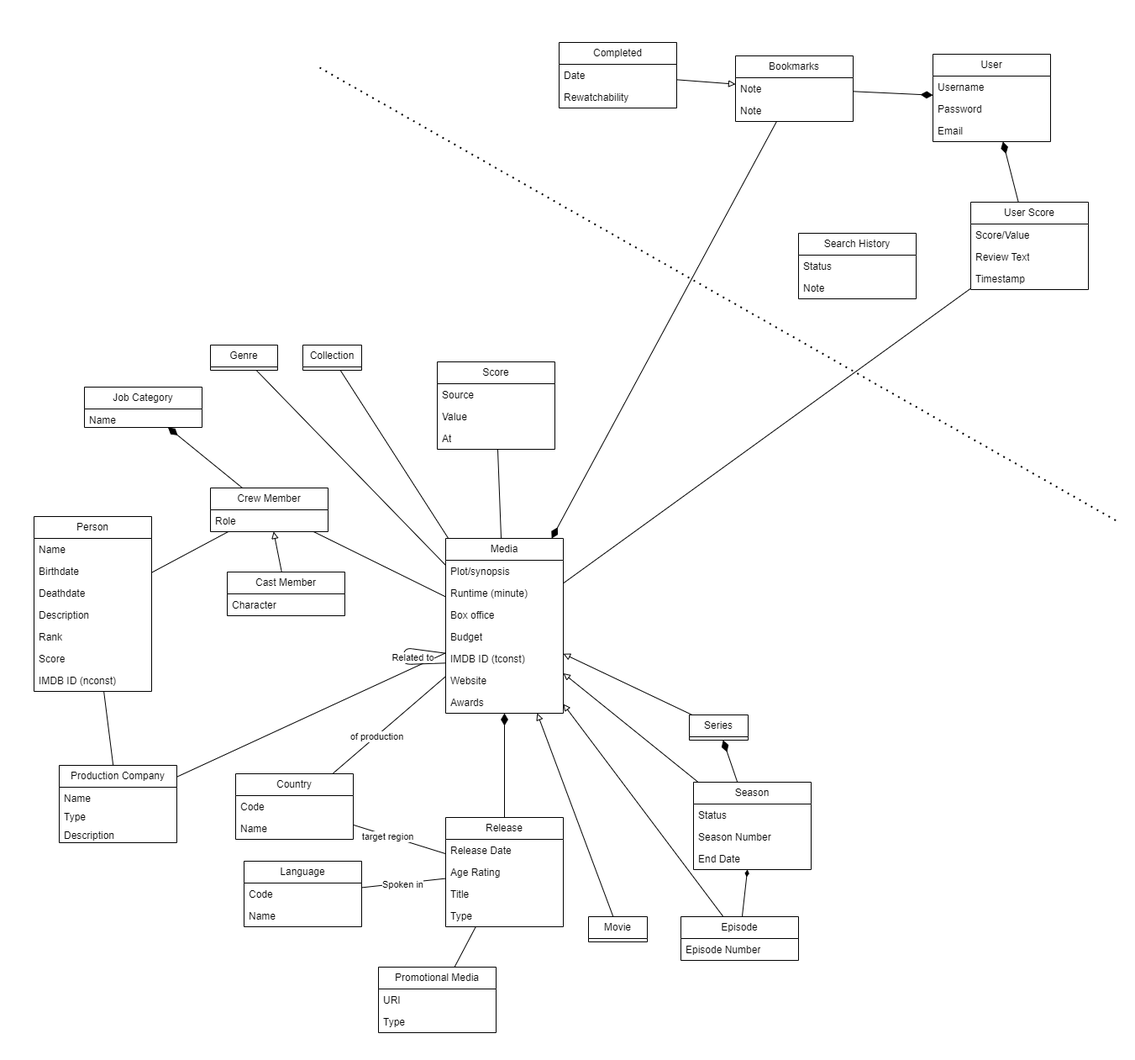
Above: domain_model.drawio.png in RUC-MSc-CS-CIT-2024/portfolio_subproject_1 (draw.io), before the change. Source tidied: cells renumbered, new cells last; positions are measured from the earlier drawing's top-left corner, leaving out a move shared by most shapes.
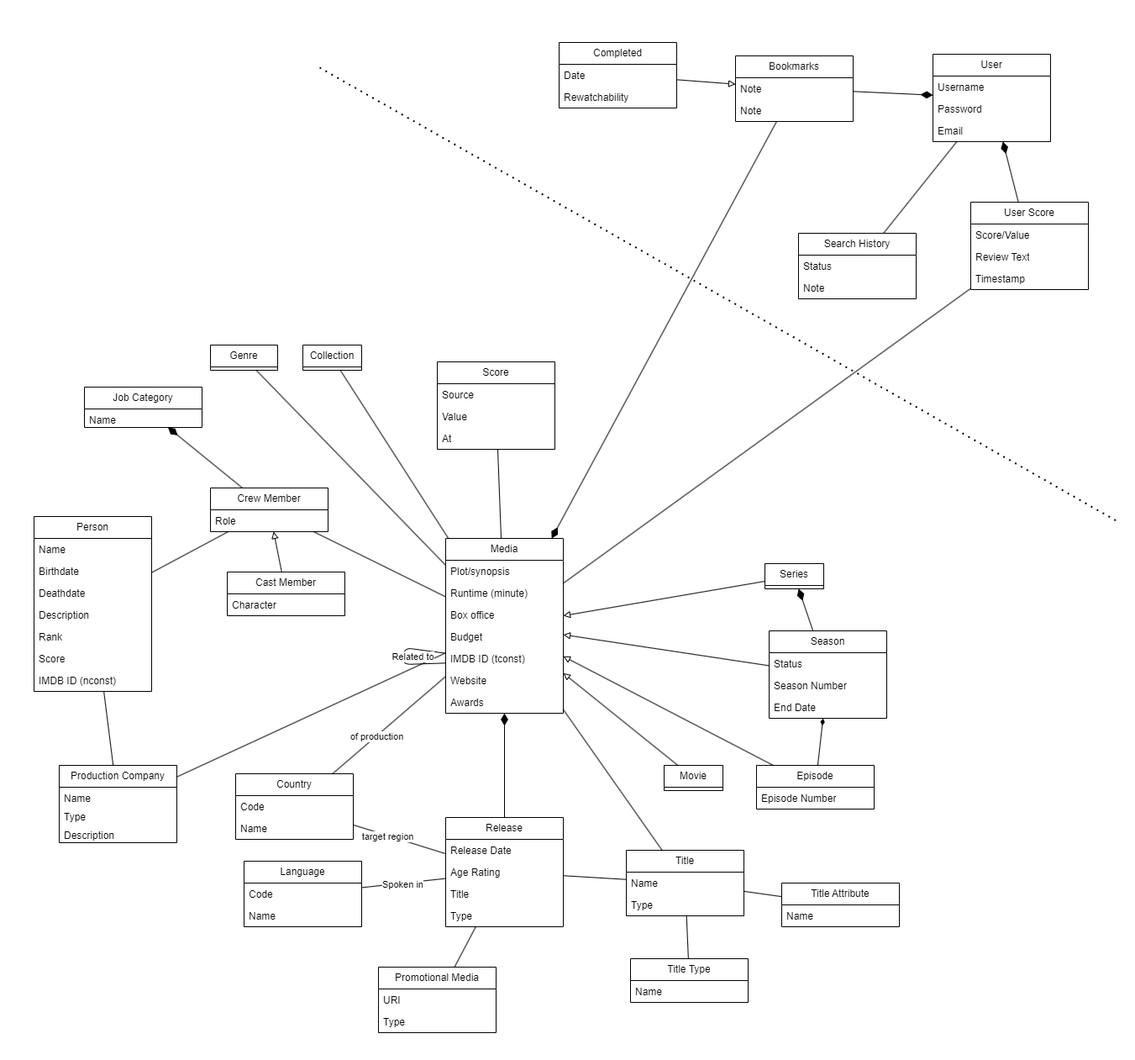
Later version of the same file.

Commit message:
feat!: move title from release to own table (#56)

* feat!: move title from release to own table

* chore: update insert script for title

* refactor: optimize inserting of titles

* fix: insert of genres not working

The edit, as a diff of the source:
```diff
@@ -20,6 +20,9 @@
     <mxCell id="7" value="of production" style="edgeLabel;html=1;align=center;verticalAlign=middle;" parent="6" vertex="1">
       <mxGeometry x="0.22" relative="1" as="geometry" />
     </mxCell>
+    <mxCell id="105" style="edgeStyle=none;html=1;endArrow=none;endFill=0;" parent="1" edge="1" source="8" target="110">
+      <mxGeometry relative="1" as="geometry" />
+    </mxCell>
     <mxCell id="8" value="Media" style="swimlane;fontStyle=0;horizontal=1;startSize=26;fillColor=none;whiteSpace=wrap;html=1;" parent="1" vertex="1">
       <mxGeometry x="530" y="640" width="140" height="208" as="geometry" />
     </mxCell>
@@ -48,13 +51,13 @@
       <mxGeometry relative="1" as="geometry" />
     </mxCell>
     <mxCell id="17" value="Movie" style="swimlane;fontStyle=0;horizontal=1;startSize=26;fillColor=none;whiteSpace=wrap;html=1;" parent="1" vertex="1" collapsed="1">
-      <mxGeometry x="700" y="1090" width="70" height="30" as="geometry" />
+      <mxGeometry x="790" y="910" width="70" height="30" as="geometry" />
     </mxCell>
     <mxCell id="18" style="rounded=0;jettySize=auto;html=1;endArrow=block;endFill=0;" parent="1" edge="1" source="19" target="8">
       <mxGeometry relative="1" as="geometry" />
     </mxCell>
     <mxCell id="19" value="Series" style="swimlane;fontStyle=0;horizontal=1;startSize=26;fillColor=none;whiteSpace=wrap;html=1;" parent="1" vertex="1" collapsed="1">
-      <mxGeometry x="820" y="850" width="70" height="30" as="geometry" />
+      <mxGeometry x="910" y="670" width="70" height="30" as="geometry" />
     </mxCell>
     <mxCell id="20" style="rounded=0;jettySize=auto;html=1;endArrow=diamondThin;endFill=1;endSize=12;" parent="1" edge="1" source="22" target="19">
       <mxGeometry relative="1" as="geometry" />
@@ -63,7 +66,7 @@
       <mxGeometry relative="1" as="geometry" />
     </mxCell>
     <mxCell id="22" value="Season" style="swimlane;fontStyle=0;horizontal=1;startSize=26;fillColor=none;whiteSpace=wrap;html=1;" parent="1" vertex="1">
-      <mxGeometry x="825" y="930" width="140" height="104" as="geometry" />
+      <mxGeometry x="915" y="750" width="140" height="104" as="geometry" />
     </mxCell>
     <mxCell id="23" value="Status" style="text;strokeColor=none;fillColor=none;align=left;verticalAlign=top;spacingLeft=4;spacingRight=4;overflow=hidden;whiteSpace=wrap;html=1;" parent="22" vertex="1">
       <mxGeometry y="26" width="140" height="26" as="geometry" />
@@ -81,7 +84,7 @@
       <mxGeometry relative="1" as="geometry" />
     </mxCell>
     <mxCell id="28" value="Episode" style="swimlane;fontStyle=0;horizontal=1;startSize=26;fillColor=none;whiteSpace=wrap;html=1;" parent="1" vertex="1">
-      <mxGeometry x="810" y="1090" width="140" height="52" as="geometry" />
+      <mxGeometry x="900" y="910" width="140" height="52" as="geometry" />
     </mxCell>
     <mxCell id="29" value="Episode Number" style="text;strokeColor=none;fillColor=none;align=left;verticalAlign=top;spacingLeft=4;spacingRight=4;overflow=hidden;whiteSpace=wrap;html=1;" parent="28" vertex="1">
       <mxGeometry y="26" width="140" height="26" as="geometry" />
@@ -103,6 +106,9 @@
         <mxPoint x="7" y="2" as="offset" />
       </mxGeometry>
     </mxCell>
+    <mxCell id="106" style="edgeStyle=none;html=1;endArrow=none;endFill=0;" parent="1" edge="1" source="35" target="110">
+      <mxGeometry relative="1" as="geometry" />
+    </mxCell>
     <mxCell id="35" value="Release" style="swimlane;fontStyle=0;horizontal=1;startSize=26;fillColor=none;whiteSpace=wrap;html=1;" parent="1" vertex="1">
       <mxGeometry x="530" y="972" width="140" height="130" as="geometry" />
     </mxCell>
@@ -241,6 +247,9 @@
     <mxCell id="80" value="Rewatchability" style="text;strokeColor=none;fillColor=none;align=left;verticalAlign=top;spacingLeft=4;spacingRight=4;overflow=hidden;whiteSpace=wrap;html=1;" parent="78" vertex="1">
       <mxGeometry y="52" width="140" height="26" as="geometry" />
     </mxCell>
+    <mxCell id="107" style="edgeStyle=none;html=1;endArrow=none;endFill=0;" parent="1" edge="1" source="81" target="66">
+      <mxGeometry relative="1" as="geometry" />
+    </mxCell>
     <mxCell id="81" value="Search History" style="swimlane;fontStyle=0;horizontal=1;startSize=26;fillColor=none;whiteSpace=wrap;html=1;" parent="1" vertex="1">
       <mxGeometry x="950" y="277" width="140" height="78" as="geometry" />
     </mxCell>
@@ -327,5 +336,32 @@
     <mxCell id="104" value="Character" style="text;strokeColor=none;fillColor=none;align=left;verticalAlign=top;spacingLeft=4;spacingRight=4;overflow=hidden;whiteSpace=wrap;html=1;" parent="103" vertex="1">
       <mxGeometry y="26" width="140" height="26" as="geometry" />
     </mxCell>
+    <mxCell id="108" style="edgeStyle=none;html=1;endArrow=none;endFill=0;" parent="1" edge="1" source="110" target="113">
+      <mxGeometry relative="1" as="geometry" />
+    </mxCell>
+    <mxCell id="109" style="edgeStyle=none;html=1;endArrow=none;endFill=0;" parent="1" edge="1" source="110" target="115">
+      <mxGeometry relative="1" as="geometry" />
+    </mxCell>
+    <mxCell id="110" value="Title" style="swimlane;fontStyle=0;horizontal=1;startSize=26;fillColor=none;whiteSpace=wrap;html=1;" parent="1" vertex="1">
+      <mxGeometry x="745" y="1011" width="140" height="78" as="geometry" />
+    </mxCell>
+    <mxCell id="111" value="Name" style="text;strokeColor=none;fillColor=none;align=left;verticalAlign=top;spacingLeft=4;spacingRight=4;overflow=hidden;whiteSpace=wrap;html=1;" parent="110" vertex="1">
+      <mxGeometry y="26" width="140" height="26" as="geometry" />
+    </mxCell>
+    <mxCell id="112" value="Type" style="text;strokeColor=none;fillColor=none;align=left;verticalAlign=top;spacingLeft=4;spacingRight=4;overflow=hidden;whiteSpace=wrap;html=1;" parent="110" vertex="1">
+      <mxGeometry y="52" width="140" height="26" as="geometry" />
+    </mxCell>
+    <mxCell id="113" value="Title&amp;nbsp;Type" style="swimlane;fontStyle=0;horizontal=1;startSize=26;fillColor=none;whiteSpace=wrap;html=1;" parent="1" vertex="1">
+      <mxGeometry x="750" y="1140" width="140" height="52" as="geometry" />
+    </mxCell>
+    <mxCell id="114" value="Name" style="text;strokeColor=none;fillColor=none;align=left;verticalAlign=top;spacingLeft=4;spacingRight=4;overflow=hidden;whiteSpace=wrap;html=1;" parent="113" vertex="1">
+      <mxGeometry y="26" width="140" height="26" as="geometry" />
+    </mxCell>
+    <mxCell id="115" value="Title Attribute" style="swimlane;fontStyle=0;horizontal=1;startSize=26;fillColor=none;whiteSpace=wrap;html=1;" parent="1" vertex="1">
+      <mxGeometry x="930" y="1050" width="140" height="52" as="geometry" />
+    </mxCell>
+    <mxCell id="116" value="Name" style="text;strokeColor=none;fillColor=none;align=left;verticalAlign=top;spacingLeft=4;spacingRight=4;overflow=hidden;whiteSpace=wrap;html=1;" parent="115" vertex="1">
+      <mxGeometry y="26" width="140" height="26" as="geometry" />
+    </mxCell>
   </root>
 </mxGraphModel>
```
